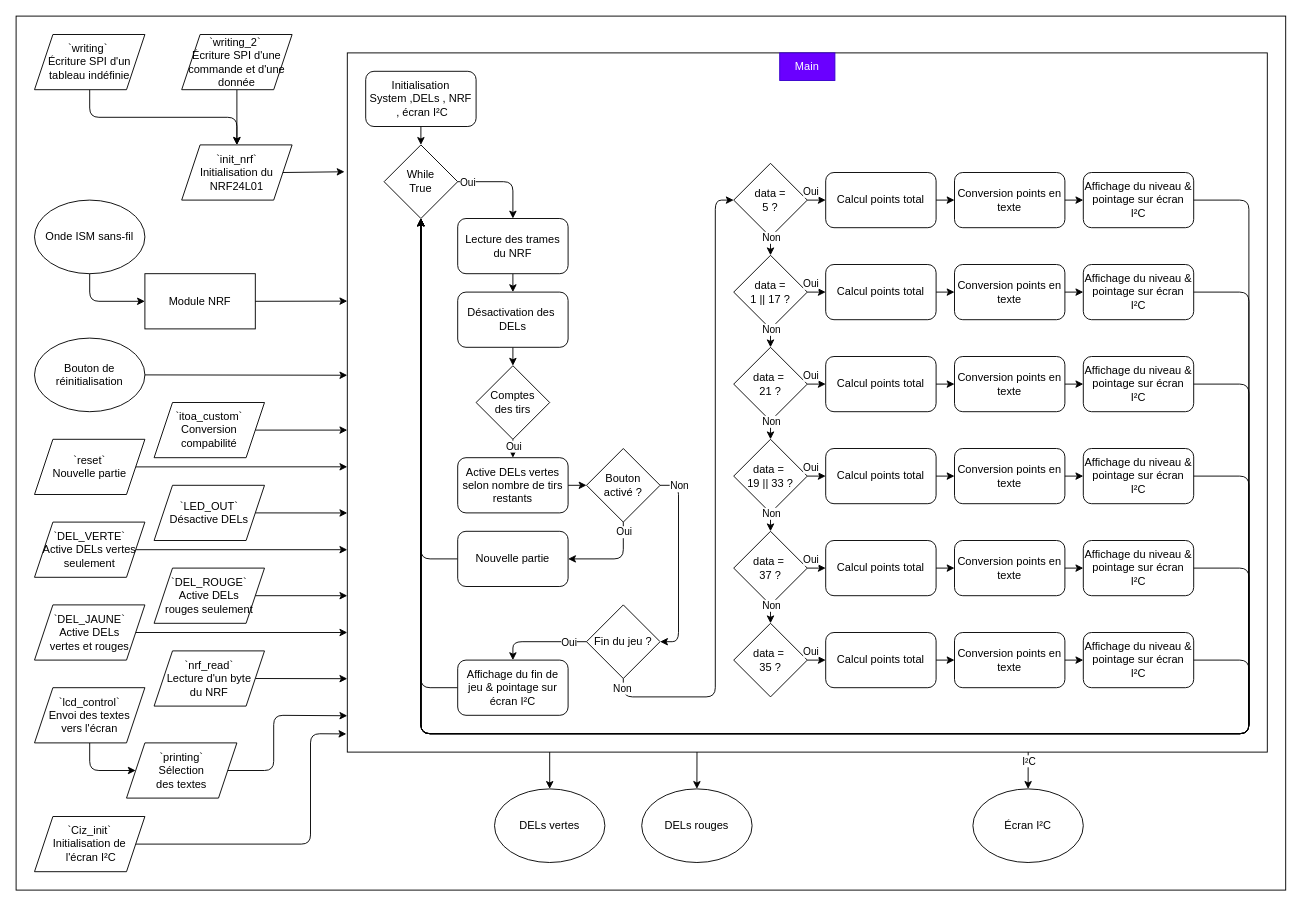
Above: page "moniteur" (1 of 2) of Medias/programme.drawio in Sorl-Sintoural/CMaisonneuve---Projet-Final-2023 (draw.io), before the change. Source tidied: cells renumbered, new cells numbered last; positions are measured from the earlier drawing's top-left corner, leaving out a move shared by most shapes. Both pictures are drawn from the tidied source at 92%, with x=0, y=0 at pixel (16, 16).
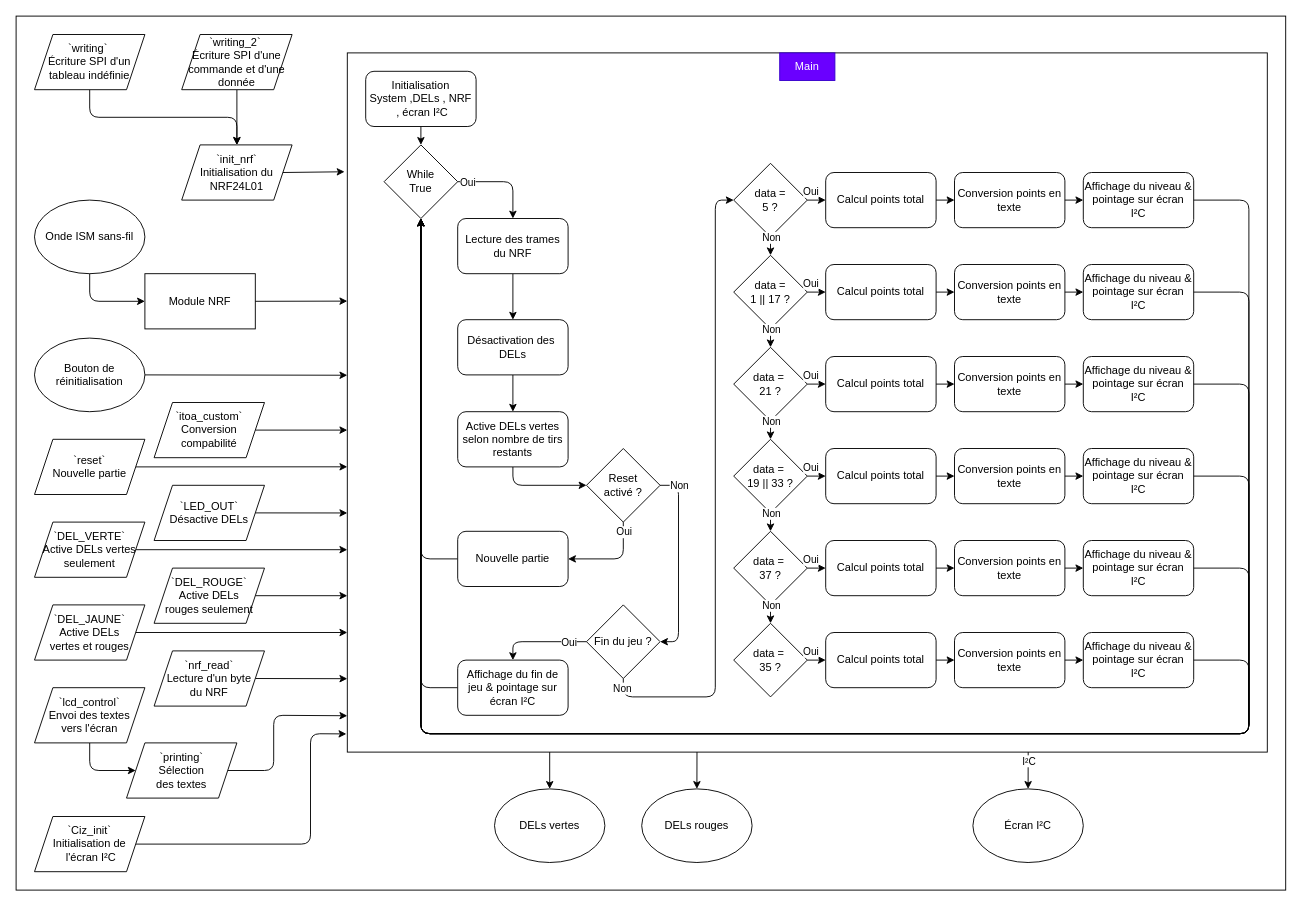
The same page after the edit.

What changed in the source:
```diff
@@
-    <mxCell id="45" style="edgeStyle=none;html=1;" parent="1" edge="1" source="46" target="49">
-      <mxGeometry relative="1" as="geometry" />
-    </mxCell>
+    <mxCell id="144" style="edgeStyle=none;html=1;exitX=0.5;exitY=1;exitDx=0;exitDy=0;entryX=0.5;entryY=0;entryDx=0;entryDy=0;" parent="1" edge="1" source="46" target="51">
+      <mxGeometry relative="1" as="geometry" />
+    </mxCell>
     <mxCell id="46" value="Désactivation des&amp;nbsp; DELs" style="rounded=1;whiteSpace=wrap;html=1;" parent="1" vertex="1">
-      <mxGeometry x="480" y="300" width="120" height="60" as="geometry" />
+      <mxGeometry x="480" y="330" width="120" height="60" as="geometry" />
     </mxCell>
-    <mxCell id="47" style="edgeStyle=none;html=1;" parent="1" edge="1" source="49" target="51">
-      <mxGeometry relative="1" as="geometry" />
-    </mxCell>
-    <mxCell id="48" value="Oui" style="edgeLabel;html=1;align=center;verticalAlign=middle;" parent="47" vertex="1">
-      <mxGeometry x="-0.28" y="-3" relative="1" as="geometry">
-        <mxPoint x="3" as="offset" />
-      </mxGeometry>
-    </mxCell>
-    <mxCell id="49" value="Comptes&lt;br&gt;des tirs" style="rhombus;whiteSpace=wrap;html=1;" parent="1" vertex="1">
-      <mxGeometry x="500" y="380" width="80" height="80" as="geometry" />
-    </mxCell>
     <mxCell id="50" style="edgeStyle=none;html=1;" parent="1" edge="1" source="51" target="56">
-      <mxGeometry relative="1" as="geometry" />
+      <mxGeometry relative="1" as="geometry">
+        <Array as="points">
+          <mxPoint x="540" y="510" />
+        </Array>
+      </mxGeometry>
     </mxCell>
     <mxCell id="51" value="Active DELs vertes selon nombre de tirs restants" style="rounded=1;whiteSpace=wrap;html=1;" parent="1" vertex="1">
-      <mxGeometry x="480" y="480" width="120" height="60" as="geometry" />
+      <mxGeometry x="480" y="430" width="120" height="60" as="geometry" />
     </mxCell>
@@
-    <mxCell id="56" value="Bouton &lt;br&gt;activé ?" style="rhombus;whiteSpace=wrap;html=1;" parent="1" vertex="1">
+    <mxCell id="56" value="Reset&lt;br&gt;activé ?" style="rhombus;whiteSpace=wrap;html=1;" parent="1" vertex="1">
       <mxGeometry x="620" y="470" width="80" height="80" as="geometry" />
     </mxCell>
```
